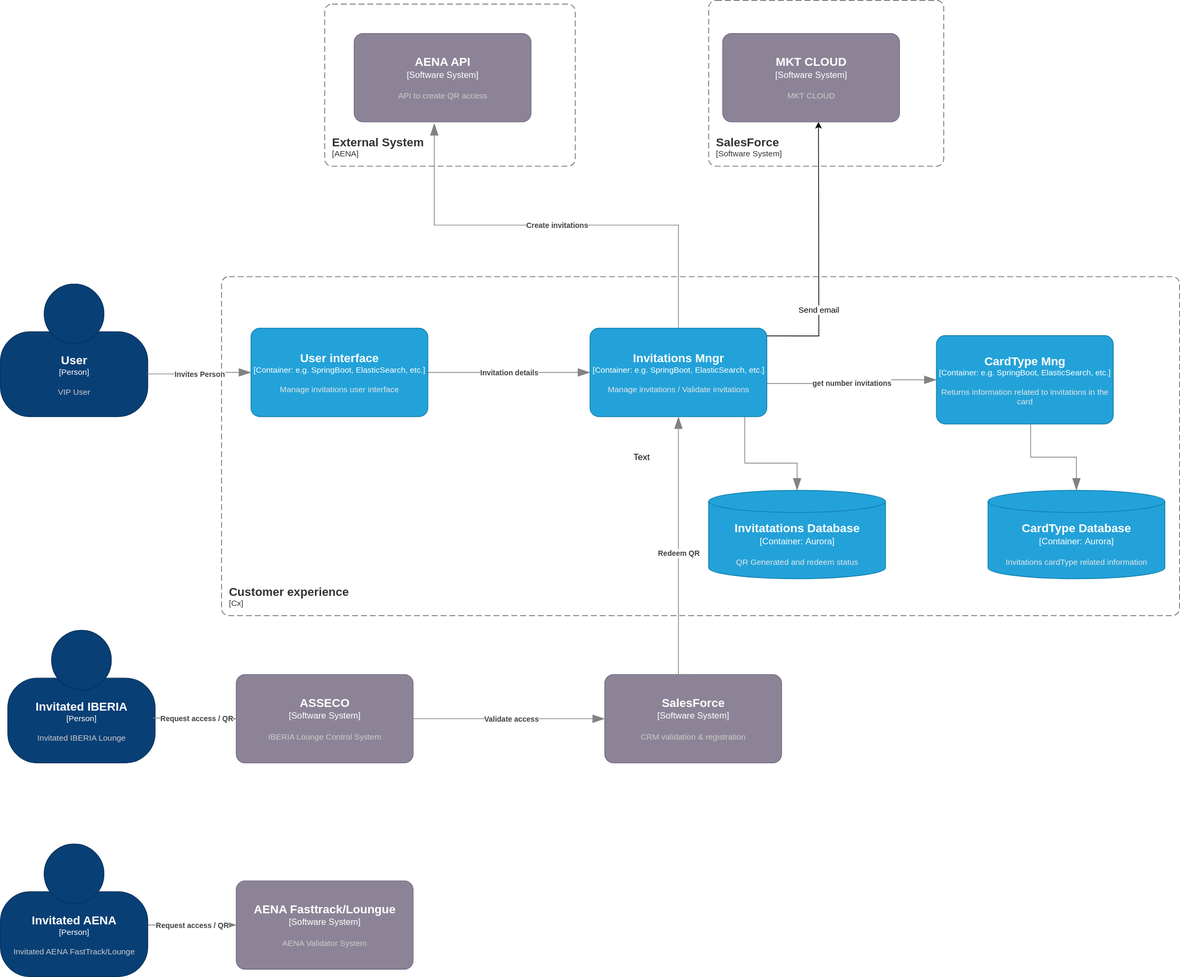
Above: docs/src/diagrams/Invitation-C4-L2-Tactical.svg in Iberia-Ent/customer--customer-experience--invitation-to-vip-lounges--design (draw.io), before the change. Source tidied: cells renumbered, new cells last; positions are measured from the earlier drawing's top-left corner, leaving out a move shared by most shapes.
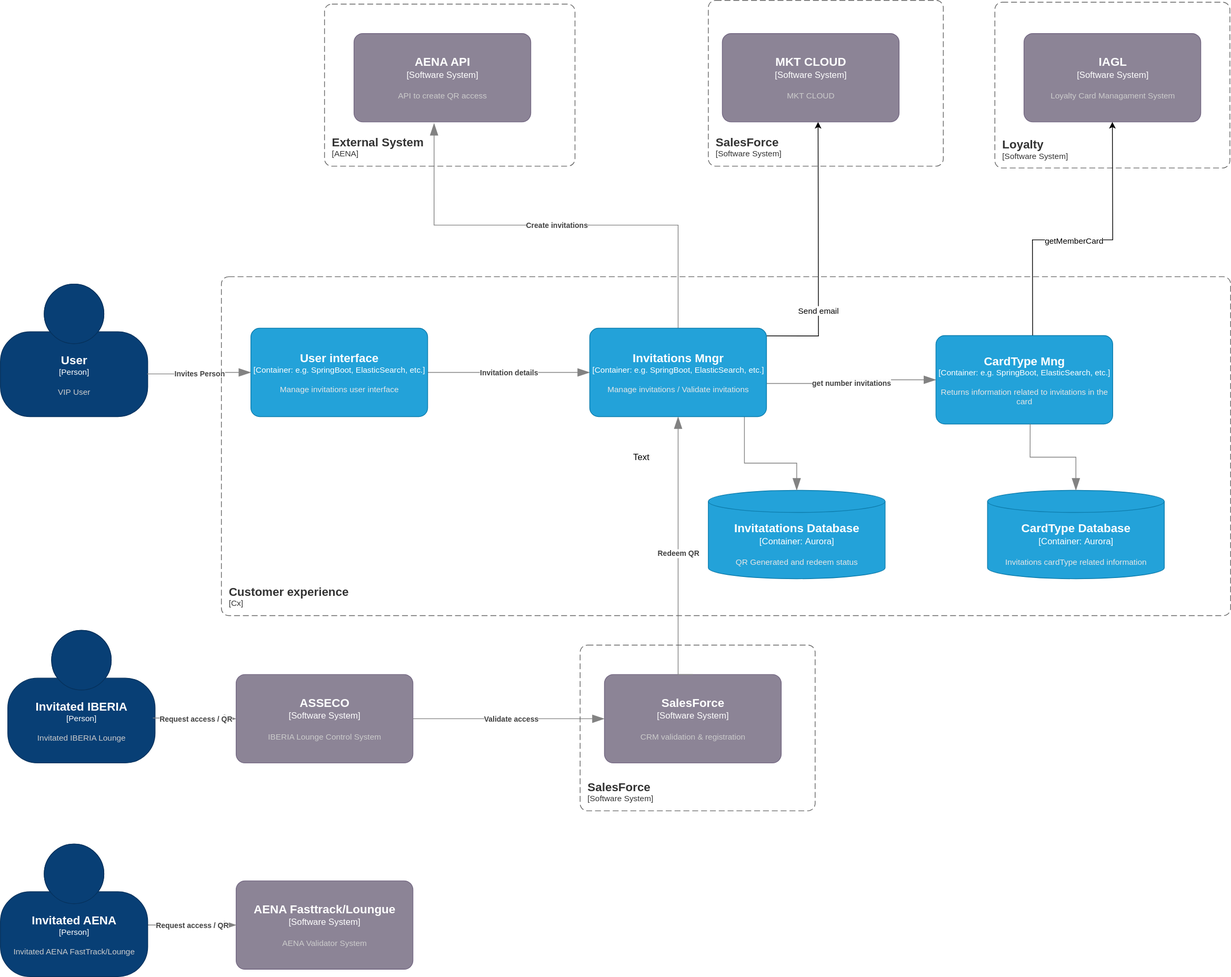
After the change.

The edit, as a diff of the source:
```diff
@@ -139,7 +139,7 @@
     </object>
     <object id="26" label="&lt;font style=&quot;font-size: 16px&quot;&gt;&lt;b&gt;&lt;div style=&quot;text-align: left&quot;&gt;%c4Name%&lt;/div&gt;&lt;/b&gt;&lt;/font&gt;&lt;div style=&quot;text-align: left&quot;&gt;[%c4Application%]&lt;/div&gt;" c4Application="Cx" c4Name="Customer experience" c4Type="SystemScopeBoundary" placeholders="1">
       <mxCell style="rounded=1;fontSize=11;whiteSpace=wrap;html=1;dashed=1;arcSize=20;fillColor=none;strokeColor=#666666;fontColor=#333333;labelBackgroundColor=none;align=left;verticalAlign=bottom;labelBorderColor=none;spacingTop=0;spacing=10;dashPattern=8 4;perimeter=rectanglePerimeter;noLabel=0;labelPadding=0;absoluteArcSize=1;" parent="1" vertex="1">
-        <mxGeometry x="300" y="375" width="1300" height="460" as="geometry" />
+        <mxGeometry x="300" y="375" width="1370" height="460" as="geometry" />
       </mxCell>
     </object>
     <object id="27" label="&lt;font style=&quot;font-size: 16px&quot;&gt;&lt;b&gt;&lt;div style=&quot;text-align: left&quot;&gt;%c4Name%&lt;/div&gt;&lt;/b&gt;&lt;/font&gt;&lt;div style=&quot;text-align: left&quot;&gt;[%c4Application%]&lt;/div&gt;" c4Application="AENA" c4Name="External System" c4Type="SystemScopeBoundary" placeholders="1">
@@ -157,5 +157,31 @@
         <mxGeometry x="340" y="445" width="240" height="120" as="geometry" />
       </mxCell>
     </object>
+    <object id="30" label="&lt;font style=&quot;font-size: 16px&quot;&gt;&lt;b&gt;&lt;div style=&quot;text-align: left&quot;&gt;%c4Name%&lt;/div&gt;&lt;/b&gt;&lt;/font&gt;&lt;div style=&quot;text-align: left&quot;&gt;[%c4Application%]&lt;/div&gt;" c4Application="Software System" c4Name="SalesForce" c4Type="SystemScopeBoundary" placeholders="1">
+      <mxCell style="rounded=1;fontSize=11;whiteSpace=wrap;html=1;dashed=1;arcSize=20;fillColor=none;strokeColor=#666666;fontColor=#333333;labelBackgroundColor=none;align=left;verticalAlign=bottom;labelBorderColor=none;spacingTop=0;spacing=10;dashPattern=8 4;perimeter=rectanglePerimeter;noLabel=0;labelPadding=0;absoluteArcSize=1;" parent="1" vertex="1">
+        <mxGeometry x="787" y="875" width="319" height="225" as="geometry" />
+      </mxCell>
+    </object>
+    <object id="31" label="&lt;font style=&quot;font-size: 16px&quot;&gt;&lt;b&gt;&lt;div style=&quot;text-align: left&quot;&gt;%c4Name%&lt;/div&gt;&lt;/b&gt;&lt;/font&gt;&lt;div style=&quot;text-align: left&quot;&gt;[%c4Application%]&lt;/div&gt;" c4Application="Software System" c4Name="Loyalty" c4Type="SystemScopeBoundary" placeholders="1">
+      <mxCell style="rounded=1;fontSize=11;whiteSpace=wrap;html=1;dashed=1;arcSize=20;fillColor=none;strokeColor=#666666;fontColor=#333333;labelBackgroundColor=none;align=left;verticalAlign=bottom;labelBorderColor=none;spacingTop=0;spacing=10;dashPattern=8 4;perimeter=rectanglePerimeter;noLabel=0;labelPadding=0;absoluteArcSize=1;" parent="1" vertex="1">
+        <mxGeometry x="1350" y="2.5" width="319" height="225" as="geometry" />
+      </mxCell>
+    </object>
+    <object id="32" label="&lt;font style=&quot;font-size: 16px&quot;&gt;&lt;b&gt;%c4Name%&lt;/b&gt;&lt;/font&gt;&lt;div&gt;[%c4Type%]&lt;/div&gt;&lt;br&gt;&lt;div&gt;&lt;font style=&quot;font-size: 11px&quot;&gt;&lt;font color=&quot;#cccccc&quot;&gt;%c4Description%&lt;/font&gt;&lt;/div&gt;" c4Description="Loyalty Card Managament System" c4Name="IAGL" c4Type="Software System" placeholders="1">
+      <mxCell style="rounded=1;whiteSpace=wrap;html=1;labelBackgroundColor=none;fillColor=#8C8496;fontColor=#ffffff;align=center;arcSize=10;strokeColor=#736782;points=[[0.25,0,0],[0.5,0,0],[0.75,0,0],[1,0.25,0],[1,0.5,0],[1,0.75,0],[0.75,1,0],[0.5,1,0],[0.25,1,0],[0,0.75,0],[0,0.5,0],[0,0.25,0]];" parent="1" vertex="1">
+        <mxGeometry x="1389.5" y="45" width="240" height="120" as="geometry" />
+      </mxCell>
+    </object>
+    <mxCell id="33" style="endArrow=classic;html=1;rounded=0;exitX=0.547;exitY=-0.003;exitDx=0;exitDy=0;exitPerimeter=0;entryX=0.5;entryY=1;entryDx=0;entryDy=0;entryPerimeter=0;" parent="1" edge="1" source="23" target="32">
+      <mxGeometry relative="1" as="geometry">
+        <Array as="points">
+          <mxPoint x="1401" y="325" />
+          <mxPoint x="1510" y="325" />
+        </Array>
+      </mxGeometry>
+    </mxCell>
+    <mxCell id="34" value="getMemberCard" style="edgeLabel;html=1;align=center;verticalAlign=middle;" parent="33" vertex="1">
+      <mxGeometry x="-0.07" relative="1" as="geometry" />
+    </mxCell>
   </root>
 </mxGraphModel>
```
